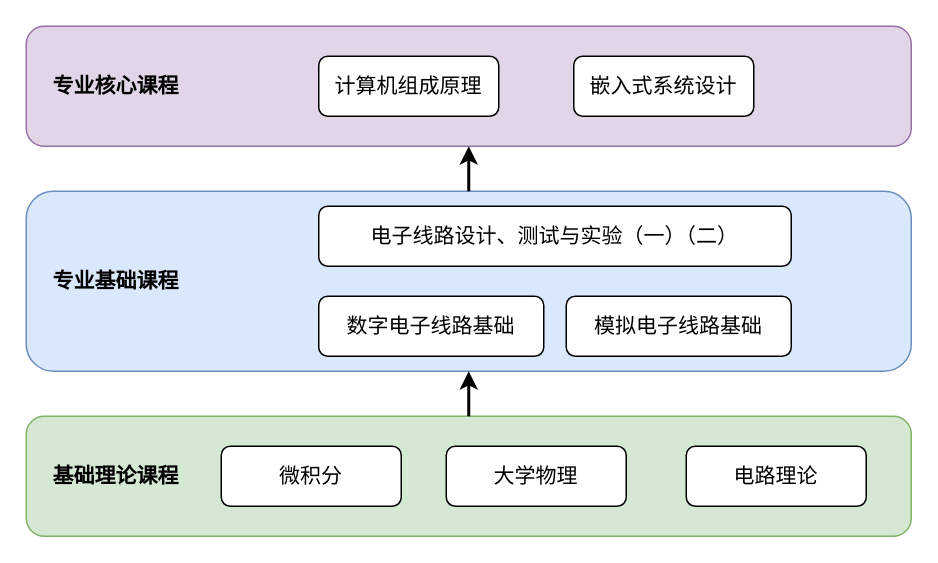
The draw.io diagram 教学结构图.drawio in zeandon/draw.io, before the edit. Source tidied: cells renumbered, new cells numbered last; positions are measured from the earlier drawing's top-left corner, leaving out a move shared by most shapes. Both pictures are drawn from the tidied source at 150%, with x=0, y=0 at pixel (26, 26).
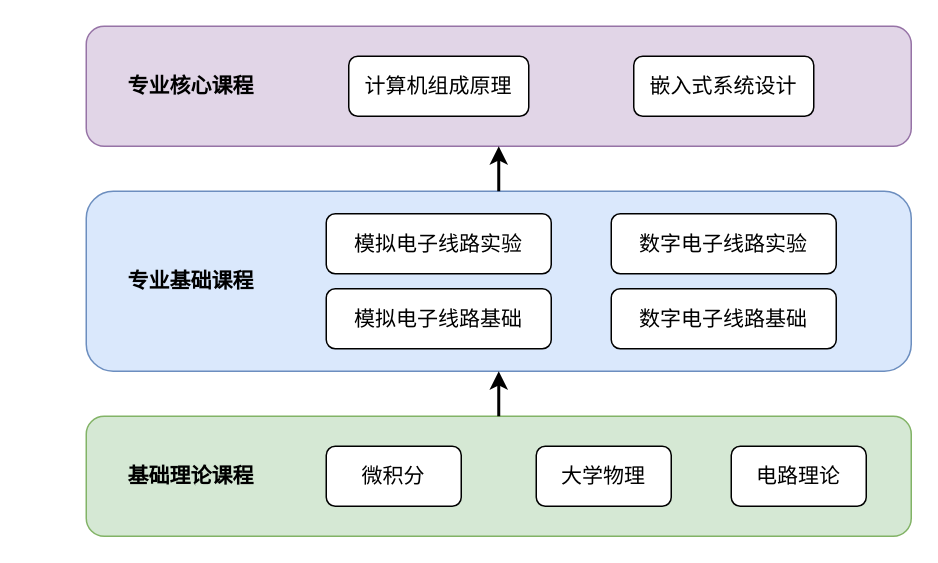
After the change.

Commit message:
更新教学结构图.drawio

Diff of the diagram source:
```diff
@@
 <mxGraphModel>
   <root>
     <mxCell id="0" />
     <mxCell id="1" parent="0" />
     <mxCell id="2" style="rounded=1;whiteSpace=wrap;html=1;fillColor=#e1d5e7;strokeColor=#9673a6;" parent="1" vertex="1">
-      <mxGeometry width="590" height="80" as="geometry" />
+      <mxGeometry x="40" width="550" height="80" as="geometry" />
     </mxCell>
     <mxCell id="3" style="rounded=1;whiteSpace=wrap;html=1;fillColor=#dae8fc;strokeColor=#6c8ebf;" parent="1" vertex="1">
-      <mxGeometry y="110" width="590" height="120" as="geometry" />
+      <mxGeometry x="40" y="110" width="550" height="120" as="geometry" />
     </mxCell>
     <mxCell id="4" style="rounded=1;whiteSpace=wrap;html=1;fillColor=#d5e8d4;strokeColor=#82b366;" parent="1" vertex="1">
-      <mxGeometry y="260" width="590" height="80" as="geometry" />
+      <mxGeometry x="40" y="260" width="550" height="80" as="geometry" />
     </mxCell>
-    <mxCell id="5" value="电子线路设计、测试与实验（一）（二）" style="rounded=1;whiteSpace=wrap;html=1;fontSize=14;" parent="1" vertex="1">
-      <mxGeometry x="195" y="120" width="315" height="40" as="geometry" />
-    </mxCell>
-    <mxCell id="6" value="数字电子线路基础" style="rounded=1;whiteSpace=wrap;html=1;fontSize=14;" parent="1" vertex="1">
-      <mxGeometry x="195" y="180" width="150" height="40" as="geometry" />
+    <mxCell id="6" value="模拟电子线路基础" style="rounded=1;whiteSpace=wrap;html=1;fontSize=14;" parent="1" vertex="1">
+      <mxGeometry x="200" y="175" width="150" height="40" as="geometry" />
     </mxCell>
     <mxCell id="7" value="微积分" style="rounded=1;whiteSpace=wrap;html=1;fontSize=14;" parent="1" vertex="1">
-      <mxGeometry x="130" y="280" width="120" height="40" as="geometry" />
+      <mxGeometry x="200" y="280" width="90" height="40" as="geometry" />
     </mxCell>
     <mxCell id="8" value="大学物理" style="rounded=1;whiteSpace=wrap;html=1;fontSize=14;" parent="1" vertex="1">
-      <mxGeometry x="280" y="280" width="120" height="40" as="geometry" />
+      <mxGeometry x="340" y="280" width="90" height="40" as="geometry" />
     </mxCell>
     <mxCell id="9" value="电路理论" style="rounded=1;whiteSpace=wrap;html=1;fontSize=14;" parent="1" vertex="1">
-      <mxGeometry x="440" y="280" width="120" height="40" as="geometry" />
+      <mxGeometry x="470" y="280" width="90" height="40" as="geometry" />
     </mxCell>
     <mxCell id="10" value="嵌入式系统设计" style="rounded=1;whiteSpace=wrap;html=1;fontSize=14;" parent="1" vertex="1">
-      <mxGeometry x="365" y="20" width="120" height="40" as="geometry" />
+      <mxGeometry x="405" y="20" width="120" height="40" as="geometry" />
     </mxCell>
     <mxCell id="11" value="计算机组成原理" style="rounded=1;whiteSpace=wrap;html=1;fontSize=14;" parent="1" vertex="1">
-      <mxGeometry x="195" y="20" width="120" height="40" as="geometry" />
+      <mxGeometry x="215" y="20" width="120" height="40" as="geometry" />
     </mxCell>
     <mxCell id="12" value="基础理论课程" style="text;html=1;whiteSpace=wrap;strokeColor=none;fillColor=none;align=center;verticalAlign=middle;rounded=0;fontSize=14;fontStyle=1;" parent="1" vertex="1">
-      <mxGeometry x="10" y="285" width="100" height="30" as="geometry" />
+      <mxGeometry x="60" y="285" width="100" height="30" as="geometry" />
     </mxCell>
     <mxCell id="13" value="专业基础课程" style="text;html=1;whiteSpace=wrap;strokeColor=none;fillColor=none;align=center;verticalAlign=middle;rounded=0;fontSize=14;fontStyle=1;" parent="1" vertex="1">
-      <mxGeometry x="10" y="155" width="100" height="30" as="geometry" />
+      <mxGeometry x="60" y="155" width="100" height="30" as="geometry" />
     </mxCell>
     <mxCell id="14" value="专业核心课程" style="text;html=1;whiteSpace=wrap;strokeColor=none;fillColor=none;align=center;verticalAlign=middle;rounded=0;fontSize=14;fontStyle=1;" parent="1" vertex="1">
-      <mxGeometry x="10" y="25" width="100" height="30" as="geometry" />
+      <mxGeometry x="60" y="25" width="100" height="30" as="geometry" />
     </mxCell>
     <mxCell id="15" style="endArrow=classic;html=1;rounded=0;exitX=0.5;exitY=0;exitDx=0;exitDy=0;entryX=0.5;entryY=1;entryDx=0;entryDy=0;strokeWidth=2;" parent="1" edge="1" source="3" target="2">
       <mxGeometry relative="1" as="geometry" />
     </mxCell>
     <mxCell id="16" style="endArrow=classic;html=1;rounded=0;exitX=0.5;exitY=0;exitDx=0;exitDy=0;entryX=0.5;entryY=1;entryDx=0;entryDy=0;strokeWidth=2;" parent="1" edge="1" source="4" target="3">
       <mxGeometry relative="1" as="geometry" />
     </mxCell>
-    <mxCell id="17" value="模拟电子线路基础" style="rounded=1;whiteSpace=wrap;html=1;fontSize=14;" parent="1" vertex="1">
-      <mxGeometry x="360" y="180" width="150" height="40" as="geometry" />
+    <mxCell id="17" value="数字电子线路基础" style="rounded=1;whiteSpace=wrap;html=1;fontSize=14;" parent="1" vertex="1">
+      <mxGeometry x="390" y="175" width="150" height="40" as="geometry" />
     </mxCell>
+    <mxCell id="18" value="数字电子线路实验" style="rounded=1;whiteSpace=wrap;html=1;fontSize=14;" parent="1" vertex="1">
+      <mxGeometry x="390" y="125" width="150" height="40" as="geometry" />
+    </mxCell>
+    <mxCell id="19" value="模拟电子线路实验" style="rounded=1;whiteSpace=wrap;html=1;fontSize=14;" parent="1" vertex="1">
+      <mxGeometry x="200" y="125" width="150" height="40" as="geometry" />
+    </mxCell>
   </root>
 </mxGraphModel>
```
